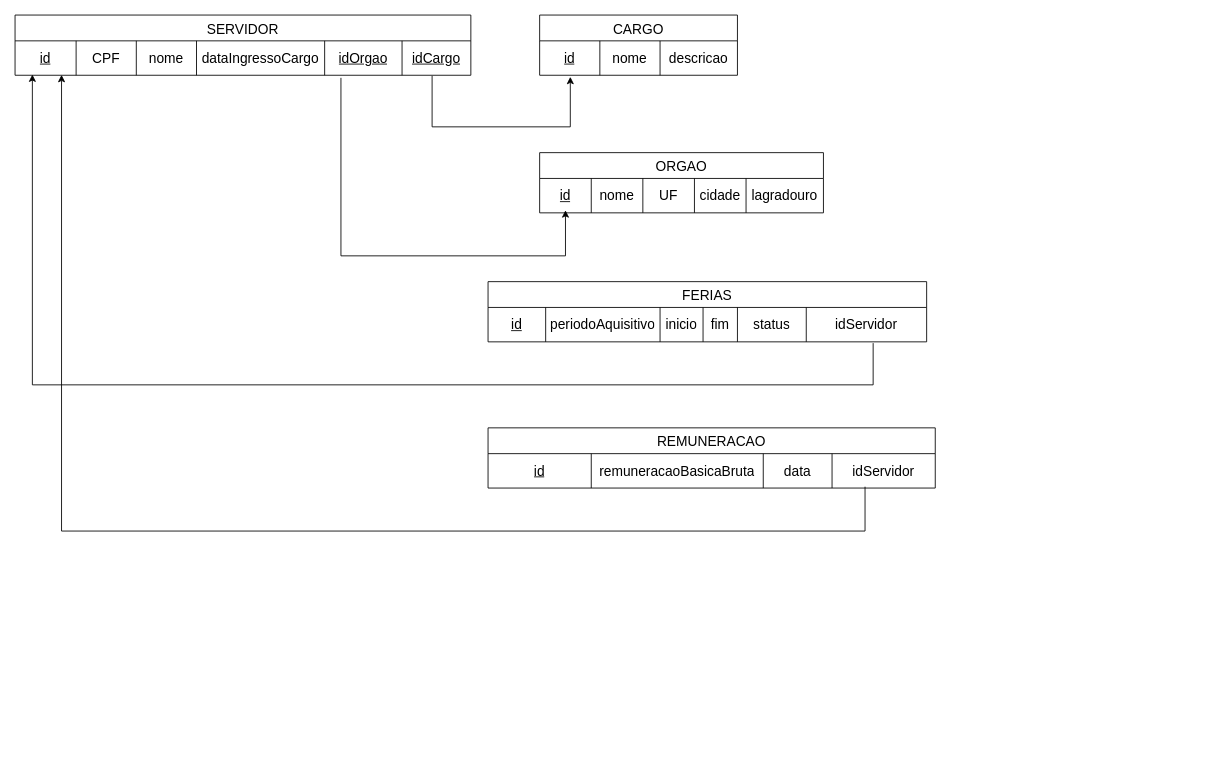
Gabrielx47/vacationManager keeps this draw.io diagram as page "Modelo Lógico" (2 of 3) of docs/data_model.drawio. Above is the earlier version. Source tidied: cells renumbered, new cells numbered last; positions are measured from the earlier drawing's top-left corner, leaving out a move shared by most shapes. Both pictures are drawn from the tidied source at 86%, with x=0, y=0 at pixel (15, 15).
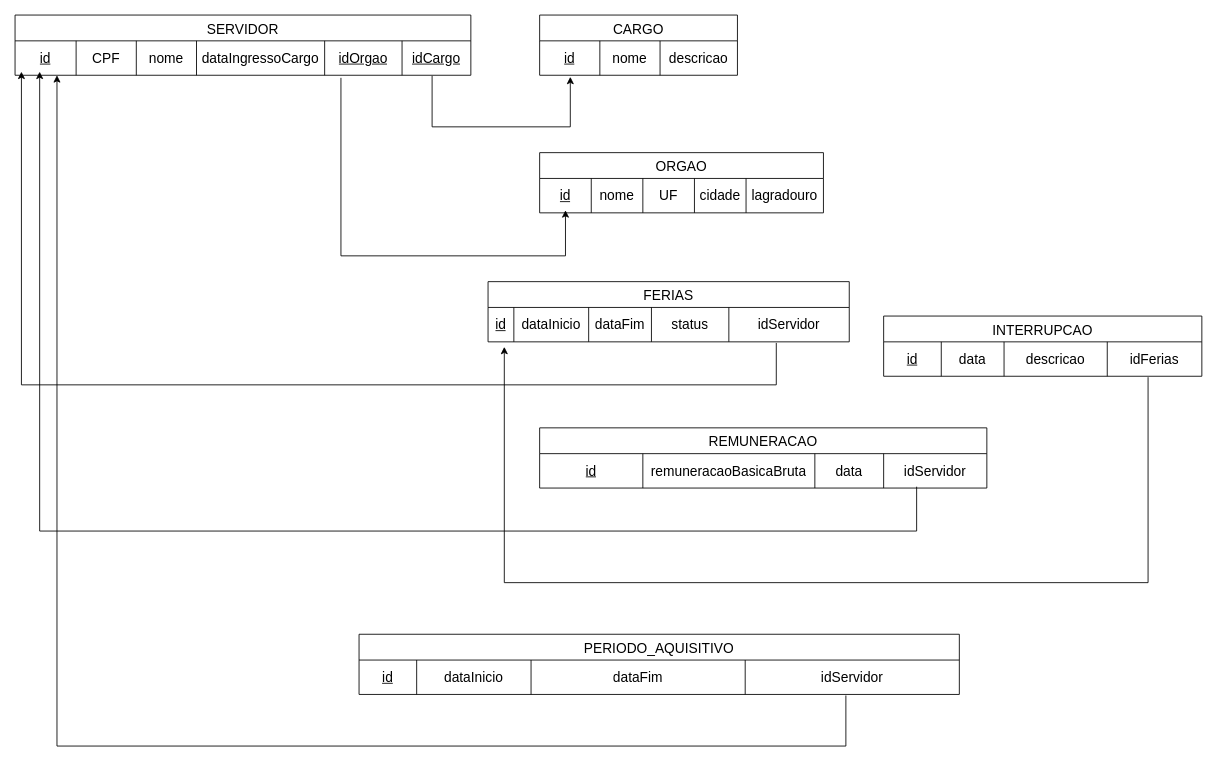
The same page after the edit.

Commit message (it also covers changes not shown here):
docs: add the entities "ACQUISITION PERIOD" and "INTERRUPTION" to the data model

The change refers to these unchanged cells:
```xml
<mxCell id="4" style="shape=tableRow;horizontal=0;startSize=0;swimlaneHead=0;swimlaneBody=0;strokeColor=inherit;top=0;left=0;bottom=0;right=0;fillColor=none;points=[[0,0.5],[1,0.5]];portConstraint=eastwest;fontSize=16;" parent="3" vertex="1">
  <mxGeometry y="30" width="530" height="40" as="geometry" />
</mxCell>
<mxCell id="12" style="shape=tableRow;horizontal=0;startSize=0;swimlaneHead=0;swimlaneBody=0;strokeColor=inherit;top=0;left=0;bottom=0;right=0;fillColor=none;points=[[0,0.5],[1,0.5]];portConstraint=eastwest;fontSize=16;" parent="11" vertex="1">
  <mxGeometry y="30" width="520" height="40" as="geometry" />
</mxCell>
```

Change to the diagram source:
```diff
@@
     <mxCell id="11" value="REMUNERACAO" style="shape=table;startSize=30;childLayout=tableLayout;strokeColor=default;fontSize=16;direction=east;" parent="1" vertex="1">
-      <mxGeometry x="550" y="480" width="520" height="70" as="geometry" />
+      <mxGeometry x="610" y="480" width="520" height="70" as="geometry" />
     </mxCell>
@@
     <mxCell id="17" value="FERIAS" style="shape=table;startSize=30;childLayout=tableLayout;strokeColor=default;fontSize=16;" parent="1" vertex="1">
-      <mxGeometry x="550" y="310" width="510" height="70" as="geometry" />
+      <mxGeometry x="550" y="310" width="420" height="70" as="geometry" />
     </mxCell>
     <mxCell id="18" style="shape=tableRow;horizontal=0;startSize=0;swimlaneHead=0;swimlaneBody=0;strokeColor=inherit;top=0;left=0;bottom=0;right=0;fillColor=none;points=[[0,0.5],[1,0.5]];portConstraint=eastwest;fontSize=16;" parent="17" vertex="1">
-      <mxGeometry y="30" width="510" height="40" as="geometry" />
+      <mxGeometry y="30" width="420" height="40" as="geometry" />
     </mxCell>
     <mxCell id="19" value="&lt;u&gt;id&lt;/u&gt;" style="shape=partialRectangle;html=1;whiteSpace=wrap;strokeColor=inherit;overflow=hidden;fillColor=none;top=0;left=0;bottom=0;right=0;fontSize=16;" parent="18" vertex="1">
-      <mxGeometry width="67" height="40" as="geometry" />
+      <mxGeometry width="30" height="40" as="geometry" />
     </mxCell>
-    <mxCell id="20" value="periodoAquisitivo" style="shape=partialRectangle;html=1;whiteSpace=wrap;strokeColor=inherit;overflow=hidden;fillColor=none;top=0;left=0;bottom=0;right=0;fontSize=16;" parent="18" vertex="1">
-      <mxGeometry x="67" width="133" height="40" as="geometry" />
-    </mxCell>
-    <mxCell id="21" value="inicio" style="shape=partialRectangle;html=1;whiteSpace=wrap;strokeColor=inherit;overflow=hidden;fillColor=none;top=0;left=0;bottom=0;right=0;fontSize=16;" parent="18" vertex="1">
-      <mxGeometry x="200" width="50" height="40" as="geometry" />
+    <mxCell id="21" value="dataInicio" style="shape=partialRectangle;html=1;whiteSpace=wrap;strokeColor=inherit;overflow=hidden;fillColor=none;top=0;left=0;bottom=0;right=0;fontSize=16;" parent="18" vertex="1">
+      <mxGeometry x="30" width="87" height="40" as="geometry" />
     </mxCell>
-    <mxCell id="22" value="fim" style="shape=partialRectangle;html=1;whiteSpace=wrap;strokeColor=inherit;overflow=hidden;fillColor=none;top=0;left=0;bottom=0;right=0;fontSize=16;" parent="18" vertex="1">
-      <mxGeometry x="250" width="40" height="40" as="geometry" />
+    <mxCell id="22" value="dataFim" style="shape=partialRectangle;html=1;whiteSpace=wrap;strokeColor=inherit;overflow=hidden;fillColor=none;top=0;left=0;bottom=0;right=0;fontSize=16;" parent="18" vertex="1">
+      <mxGeometry x="117" width="73" height="40" as="geometry" />
     </mxCell>
     <mxCell id="23" value="status" style="shape=partialRectangle;html=1;whiteSpace=wrap;strokeColor=inherit;overflow=hidden;fillColor=none;top=0;left=0;bottom=0;right=0;fontSize=16;" parent="18" vertex="1">
-      <mxGeometry x="290" width="80" height="40" as="geometry" />
+      <mxGeometry x="190" width="90" height="40" as="geometry" />
     </mxCell>
     <mxCell id="24" value="idServidor" style="shape=partialRectangle;html=1;whiteSpace=wrap;strokeColor=inherit;overflow=hidden;fillColor=none;top=0;left=0;bottom=0;right=0;fontSize=16;" parent="18" vertex="1">
-      <mxGeometry x="370" width="140" height="40" as="geometry" />
+      <mxGeometry x="280" width="140" height="40" as="geometry" />
     </mxCell>
-    <mxCell id="25" style="rounded=0;jettySize=auto;html=1;entryX=0.102;entryY=0.989;entryDx=0;entryDy=0;entryPerimeter=0;exitX=0.843;exitY=0.961;exitDx=0;exitDy=0;exitPerimeter=0;edgeStyle=elbowEdgeStyle;elbow=vertical;" parent="1" edge="1" source="12" target="4">
+    <mxCell id="25" style="rounded=0;jettySize=auto;html=1;entryX=0.054;entryY=0.896;entryDx=0;entryDy=0;entryPerimeter=0;exitX=0.843;exitY=0.961;exitDx=0;exitDy=0;exitPerimeter=0;edgeStyle=elbowEdgeStyle;elbow=vertical;" parent="1" edge="1" source="12" target="4">
       <mxGeometry relative="1" as="geometry">
         <Array as="points">
           <mxPoint x="500" y="600" />
         </Array>
       </mxGeometry>
     </mxCell>
-    <mxCell id="26" style="rounded=0;jettySize=auto;html=1;entryX=0.038;entryY=0.978;entryDx=0;entryDy=0;entryPerimeter=0;exitX=0.878;exitY=1.037;exitDx=0;exitDy=0;exitPerimeter=0;edgeStyle=elbowEdgeStyle;elbow=vertical;" parent="1" edge="1" source="18" target="4">
+    <mxCell id="26" style="rounded=0;jettySize=auto;html=1;entryX=0.014;entryY=0.896;entryDx=0;entryDy=0;entryPerimeter=0;exitX=0.798;exitY=1.032;exitDx=0;exitDy=0;exitPerimeter=0;edgeStyle=elbowEdgeStyle;elbow=vertical;" parent="1" edge="1" source="18" target="4">
       <mxGeometry relative="1" as="geometry">
         <Array as="points">
           <mxPoint x="510" y="430" />
         </Array>
       </mxGeometry>
     </mxCell>
@@
+    <mxCell id="40" value="PERIODO_AQUISITIVO" style="shape=table;startSize=30;childLayout=tableLayout;strokeColor=default;fontSize=16;" parent="1" vertex="1">
+      <mxGeometry x="400" y="720" width="698" height="70" as="geometry" />
+    </mxCell>
+    <mxCell id="41" style="shape=tableRow;horizontal=0;startSize=0;swimlaneHead=0;swimlaneBody=0;strokeColor=inherit;top=0;left=0;bottom=0;right=0;fillColor=none;points=[[0,0.5],[1,0.5]];portConstraint=eastwest;fontSize=16;" parent="40" vertex="1">
+      <mxGeometry y="30" width="698" height="40" as="geometry" />
+    </mxCell>
+    <mxCell id="42" value="&lt;u&gt;id&lt;/u&gt;" style="shape=partialRectangle;html=1;whiteSpace=wrap;strokeColor=inherit;overflow=hidden;fillColor=none;top=0;left=0;bottom=0;right=0;fontSize=16;" parent="41" vertex="1">
+      <mxGeometry width="67" height="40" as="geometry" />
+    </mxCell>
+    <mxCell id="43" value="dataInicio" style="shape=partialRectangle;html=1;whiteSpace=wrap;strokeColor=inherit;overflow=hidden;fillColor=none;top=0;left=0;bottom=0;right=0;fontSize=16;" parent="41" vertex="1">
+      <mxGeometry x="67" width="133" height="40" as="geometry" />
+    </mxCell>
+    <mxCell id="44" value="dataFim" style="shape=partialRectangle;html=1;whiteSpace=wrap;strokeColor=inherit;overflow=hidden;fillColor=none;top=0;left=0;bottom=0;right=0;fontSize=16;" parent="41" vertex="1">
+      <mxGeometry x="200" width="249" height="40" as="geometry" />
+    </mxCell>
+    <mxCell id="45" value="idServidor" style="shape=partialRectangle;html=1;whiteSpace=wrap;strokeColor=inherit;overflow=hidden;fillColor=none;top=0;left=0;bottom=0;right=0;fontSize=16;" parent="41" vertex="1">
+      <mxGeometry x="449" width="249" height="40" as="geometry" />
+    </mxCell>
+    <mxCell id="46" value="INTERRUPCAO" style="shape=table;startSize=30;childLayout=tableLayout;strokeColor=default;fontSize=16;" parent="1" vertex="1">
+      <mxGeometry x="1010" y="350" width="370" height="70" as="geometry" />
+    </mxCell>
+    <mxCell id="47" style="shape=tableRow;horizontal=0;startSize=0;swimlaneHead=0;swimlaneBody=0;strokeColor=inherit;top=0;left=0;bottom=0;right=0;fillColor=none;points=[[0,0.5],[1,0.5]];portConstraint=eastwest;fontSize=16;" parent="46" vertex="1">
+      <mxGeometry y="30" width="370" height="40" as="geometry" />
+    </mxCell>
+    <mxCell id="48" value="&lt;u&gt;id&lt;/u&gt;" style="shape=partialRectangle;html=1;whiteSpace=wrap;strokeColor=inherit;overflow=hidden;fillColor=none;top=0;left=0;bottom=0;right=0;fontSize=16;" parent="47" vertex="1">
+      <mxGeometry width="67" height="40" as="geometry" />
+    </mxCell>
+    <mxCell id="49" value="data" style="shape=partialRectangle;html=1;whiteSpace=wrap;strokeColor=inherit;overflow=hidden;fillColor=none;top=0;left=0;bottom=0;right=0;fontSize=16;" parent="47" vertex="1">
+      <mxGeometry x="67" width="73" height="40" as="geometry" />
+    </mxCell>
+    <mxCell id="50" value="descricao" style="shape=partialRectangle;html=1;whiteSpace=wrap;strokeColor=inherit;overflow=hidden;fillColor=none;top=0;left=0;bottom=0;right=0;fontSize=16;" parent="47" vertex="1">
+      <mxGeometry x="140" width="120" height="40" as="geometry" />
+    </mxCell>
+    <mxCell id="51" value="idFerias" style="shape=partialRectangle;html=1;whiteSpace=wrap;strokeColor=inherit;overflow=hidden;fillColor=none;top=0;left=0;bottom=0;right=0;fontSize=16;" parent="47" vertex="1">
+      <mxGeometry x="260" width="110" height="40" as="geometry" />
+    </mxCell>
+    <mxCell id="52" style="edgeStyle=elbowEdgeStyle;rounded=0;jettySize=auto;html=1;entryX=0.045;entryY=1.146;entryDx=0;entryDy=0;entryPerimeter=0;exitX=0.831;exitY=1.027;exitDx=0;exitDy=0;exitPerimeter=0;elbow=vertical;" parent="1" edge="1" source="47" target="18">
+      <mxGeometry relative="1" as="geometry">
+        <Array as="points">
+          <mxPoint x="1090" y="660" />
+        </Array>
+      </mxGeometry>
+    </mxCell>
+    <mxCell id="53" style="edgeStyle=elbowEdgeStyle;rounded=0;jettySize=auto;html=1;elbow=vertical;exitX=0.811;exitY=1.03;exitDx=0;exitDy=0;exitPerimeter=0;entryX=0.092;entryY=1;entryDx=0;entryDy=0;entryPerimeter=0;" parent="1" edge="1" source="41" target="4">
+      <mxGeometry relative="1" as="geometry">
+        <Array as="points">
+          <mxPoint x="370" y="850" />
+        </Array>
+      </mxGeometry>
+    </mxCell>
```
